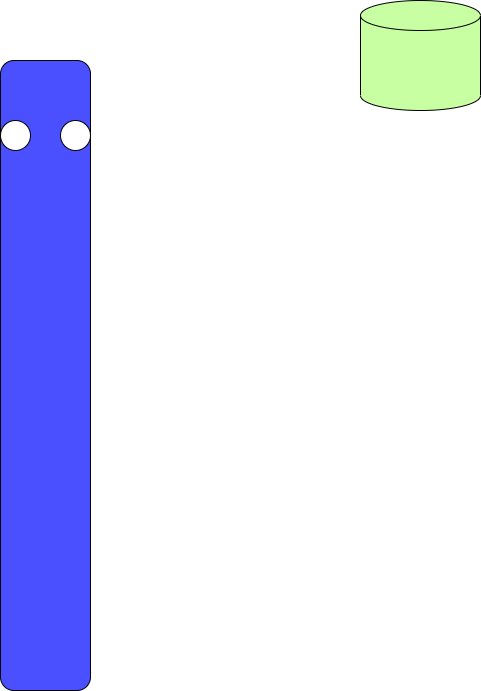
This is Images/Untitled Diagram.drawio.png from banananabusiness/project, a draw.io export, as it was before one commit. Source tidied: cells renumbered, new cells last; positions are measured from the earlier drawing's top-left corner, leaving out a move shared by most shapes.
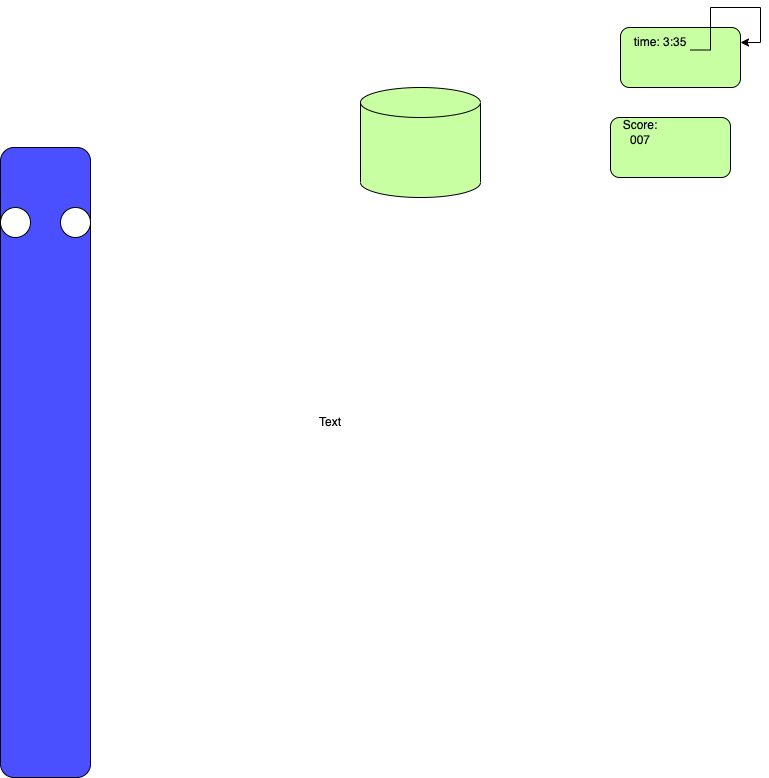
The same diagram one commit later.

Diff of the diagram source:
```diff
@@ -14,5 +14,23 @@
     <mxCell id="5" style="shape=cylinder3;whiteSpace=wrap;html=1;boundedLbl=1;backgroundOutline=1;size=15;fillColor=#C8FFA3;" parent="1" vertex="1">
       <mxGeometry x="360" width="120" height="110" as="geometry" />
     </mxCell>
+    <mxCell id="6" value="Text" style="text;html=1;strokeColor=none;fillColor=none;align=center;verticalAlign=middle;whiteSpace=wrap;rounded=0;" parent="1" vertex="1">
+      <mxGeometry x="300" y="320" width="60" height="30" as="geometry" />
+    </mxCell>
+    <mxCell id="7" style="rounded=1;whiteSpace=wrap;html=1;fillColor=#C8FFA3;" parent="1" vertex="1">
+      <mxGeometry x="620" y="-60" width="120" height="60" as="geometry" />
+    </mxCell>
+    <mxCell id="8" style="rounded=1;whiteSpace=wrap;html=1;fillColor=#C8FFA3;" parent="1" vertex="1">
+      <mxGeometry x="610" y="30" width="120" height="60" as="geometry" />
+    </mxCell>
+    <mxCell id="9" style="edgeStyle=orthogonalEdgeStyle;rounded=0;jettySize=auto;html=1;exitX=1;exitY=0.75;exitDx=0;exitDy=0;entryX=1;entryY=0.25;entryDx=0;entryDy=0;" parent="1" edge="1" source="10" target="7">
+      <mxGeometry relative="1" as="geometry" />
+    </mxCell>
+    <mxCell id="10" value="time: 3:35" style="text;html=1;strokeColor=none;fillColor=none;align=center;verticalAlign=middle;whiteSpace=wrap;rounded=0;" parent="1" vertex="1">
+      <mxGeometry x="630" y="-60" width="60" height="30" as="geometry" />
+    </mxCell>
+    <mxCell id="11" value="Score: 007" style="text;html=1;strokeColor=none;fillColor=none;align=center;verticalAlign=middle;whiteSpace=wrap;rounded=0;" parent="1" vertex="1">
+      <mxGeometry x="610" y="30" width="60" height="30" as="geometry" />
+    </mxCell>
   </root>
 </mxGraphModel>
```
